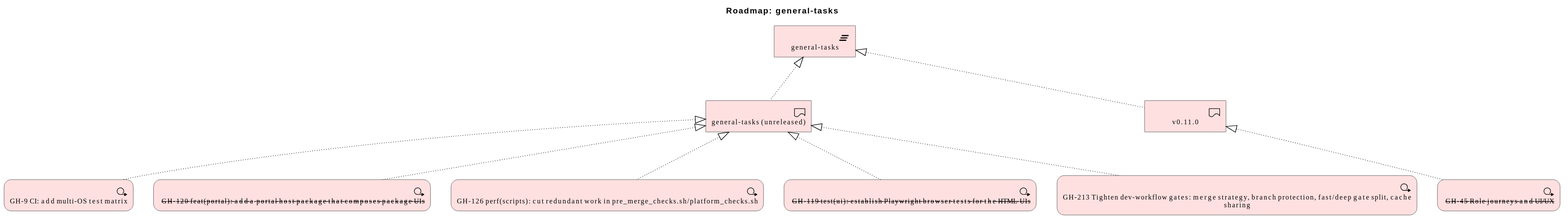
This is architecture/model/diagrams/migration/plat-general-tasks-12.svg from wolffy-au/frictionless-architect, a PlantUML export, as it was before one commit.
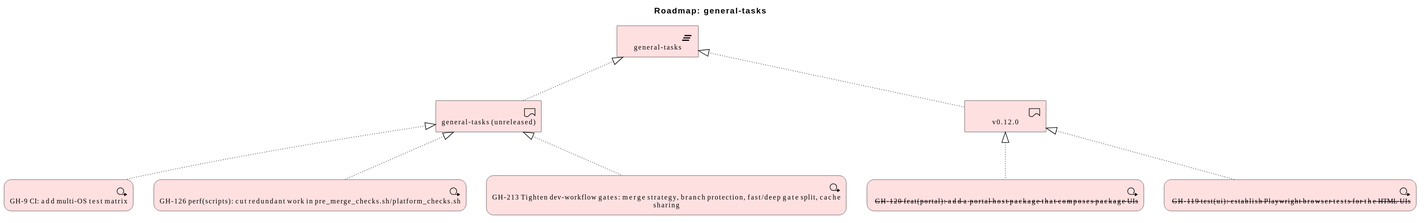
The same diagram one commit later.

The edit, as a diff of the source:
```diff
@@ -4,21 +4,19 @@
 title Roadmap: general-tasks
 
 Implementation_Deliverable(e_id60afdf6ad57851, "general-tasks (unreleased)")
-Implementation_Deliverable(e_id1ae5ab16e4af56, "v0.11.0")
+Implementation_Deliverable(e_id7459347e16955e, "v0.12.0")
 Implementation_Plateau(e_id22bf5f935a2e57, "general-tasks")
 Implementation_WorkPackage(e_ida0b8100bd68356, "GH-9 CI: add multi-OS test matrix")
 Implementation_WorkPackage(e_id7b8c620c6e8b57, " --GH-120 feat(portal): add a portal host package that composes package UIs--")
 Implementation_WorkPackage(e_id5e8885cf97065f, "GH-126 perf(scripts): cut redundant work in pre_merge_checks.sh/platform_checks.sh")
-Implementation_WorkPackage(e_idc1aee8778ad250, " --GH-45 Role journeys and UI/UX--")
 Implementation_WorkPackage(e_id0c73670e085f56, " --GH-119 test(ui): establish Playwright browser tests for the HTML UIs--")
 Implementation_WorkPackage(e_id6a4e8fab15d05d, "GH-213 Tighten dev-workflow gates: merge strategy, branch protection, fast/deep gate split, cache sharing")
 
 Rel_Realization_Up(e_id60afdf6ad57851, e_id22bf5f935a2e57, "")
-Rel_Realization_Up(e_id1ae5ab16e4af56, e_id22bf5f935a2e57, "")
+Rel_Realization_Up(e_id7459347e16955e, e_id22bf5f935a2e57, "")
 Rel_Realization_Up(e_ida0b8100bd68356, e_id60afdf6ad57851, "")
-Rel_Realization_Up(e_id7b8c620c6e8b57, e_id60afdf6ad57851, "")
+Rel_Realization_Up(e_id7b8c620c6e8b57, e_id7459347e16955e, "")
 Rel_Realization_Up(e_id5e8885cf97065f, e_id60afdf6ad57851, "")
-Rel_Realization_Up(e_idc1aee8778ad250, e_id1ae5ab16e4af56, "")
-Rel_Realization_Up(e_id0c73670e085f56, e_id60afdf6ad57851, "")
+Rel_Realization_Up(e_id0c73670e085f56, e_id7459347e16955e, "")
 Rel_Realization_Up(e_id6a4e8fab15d05d, e_id60afdf6ad57851, "")
 @enduml
```
